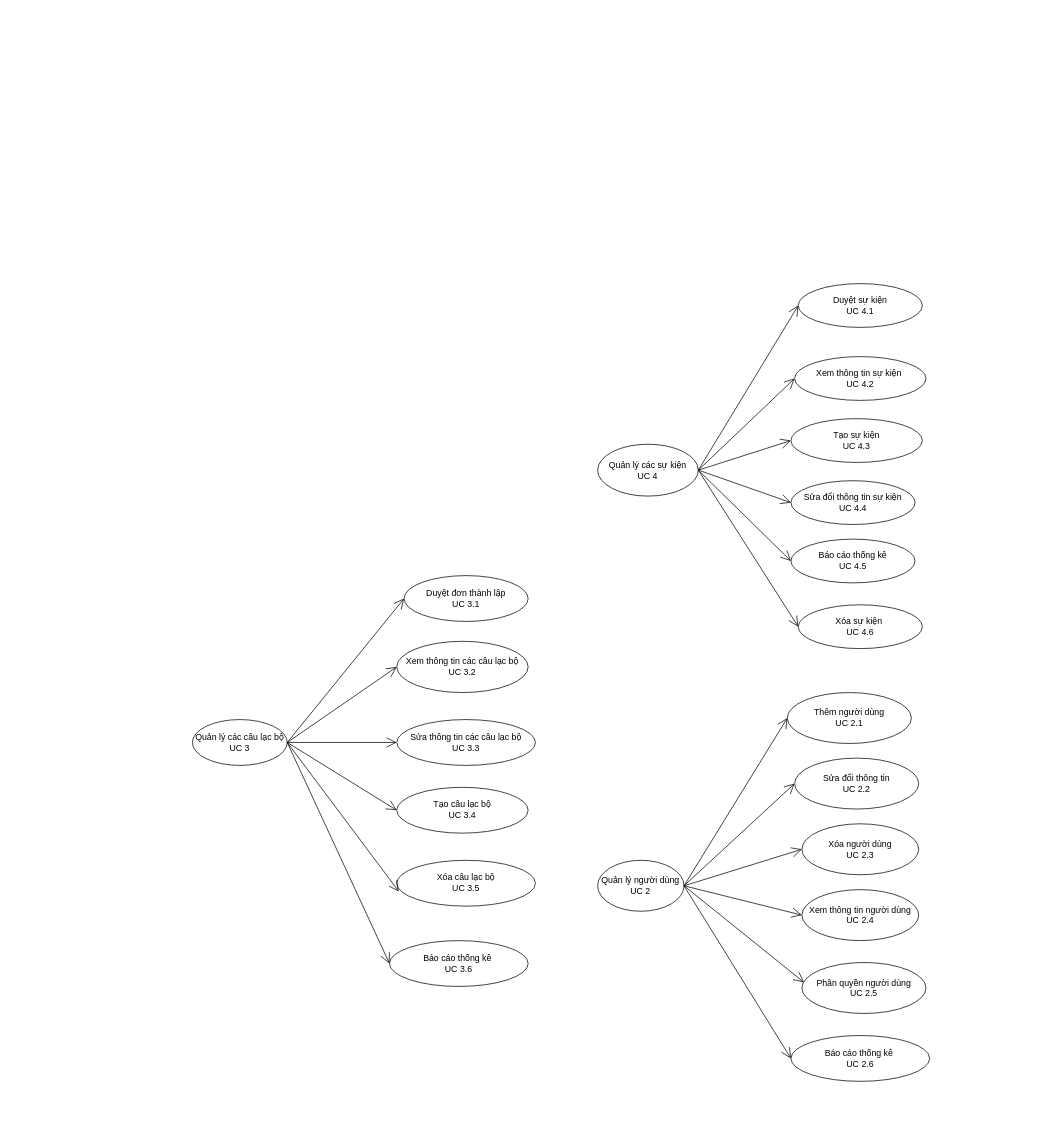
Above: page "event_content" (18 of 19) of Diagram.drawio in DnhTrn/finall_project (draw.io), before the change. Source tidied: cells renumbered, new cells numbered last; positions are measured from the earlier drawing's top-left corner, leaving out a move shared by most shapes. Both pictures are drawn from the tidied source at 73%, with x=0, y=0 at pixel (192, 283).
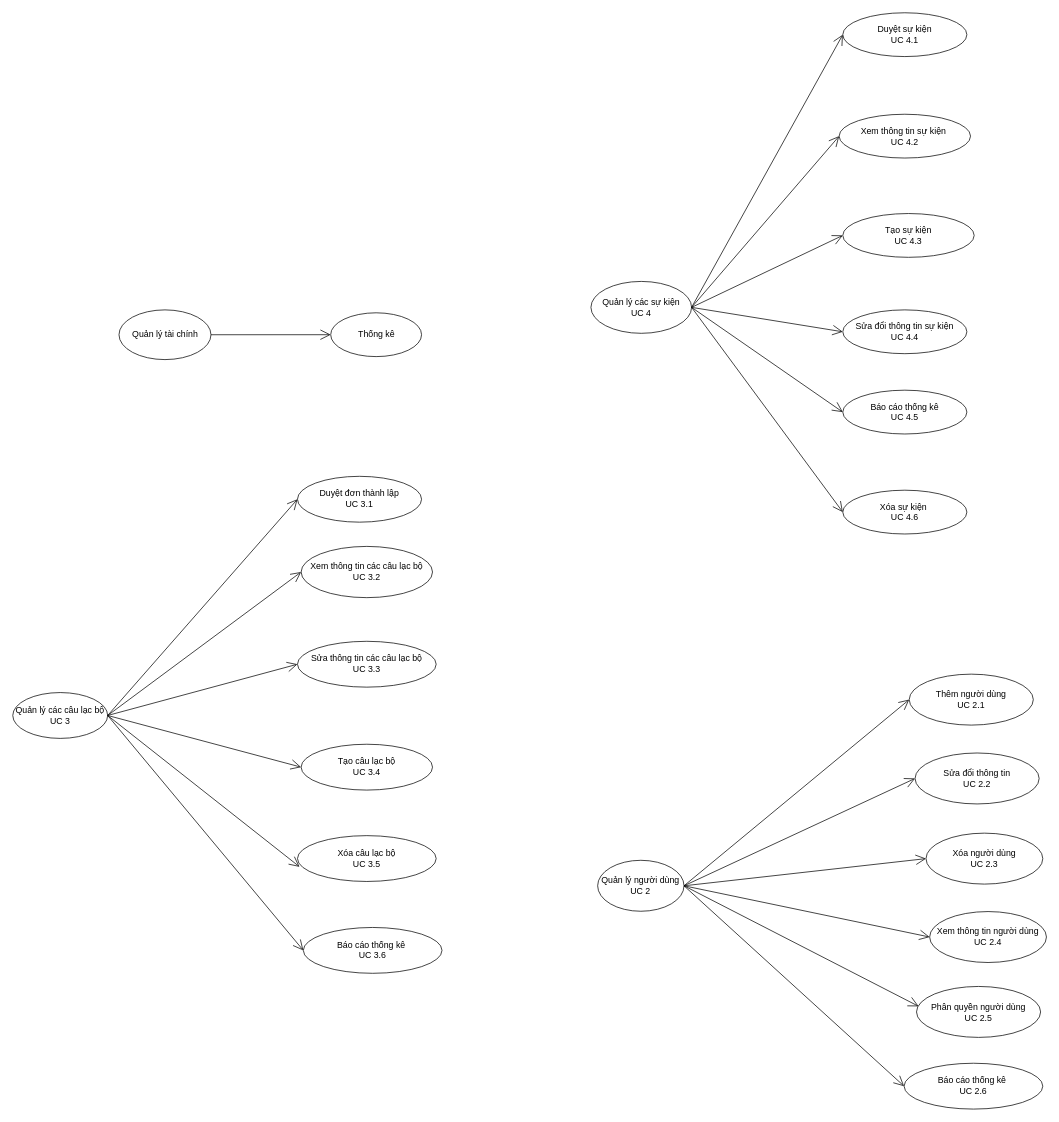
After the change.

What changed in the source:
```diff
@@
     <mxCell id="2" value="Quản lý các&lt;span style=&quot;background-color: initial;&quot;&gt;&amp;nbsp;sự kiện&lt;/span&gt;&lt;div&gt;&lt;span style=&quot;background-color: initial;&quot;&gt;UC 4&lt;/span&gt;&lt;/div&gt;" style="ellipse;whiteSpace=wrap;html=1;" parent="1" vertex="1">
-      <mxGeometry x="555.2" y="220" width="137.9" height="71.1" as="geometry" />
+      <mxGeometry x="546" y="-3" width="137.9" height="71.1" as="geometry" />
     </mxCell>
     <mxCell id="3" value="Duyệt sự kiện&lt;div&gt;UC 4.1&lt;/div&gt;" style="ellipse;whiteSpace=wrap;html=1;" parent="1" vertex="1">
-      <mxGeometry x="830" width="170" height="60" as="geometry" />
+      <mxGeometry x="891" y="-371" width="170" height="60" as="geometry" />
     </mxCell>
     <mxCell id="4" value="Tạo sự kiện&lt;div&gt;UC 4.3&lt;/div&gt;" style="ellipse;whiteSpace=wrap;html=1;" parent="1" vertex="1">
-      <mxGeometry x="820" y="185" width="180" height="60" as="geometry" />
+      <mxGeometry x="891" y="-96" width="180" height="60" as="geometry" />
     </mxCell>
     <mxCell id="5" value="Sửa đổi thông tin sự kiện&lt;div&gt;UC 4.4&lt;/div&gt;" style="ellipse;whiteSpace=wrap;html=1;" parent="1" vertex="1">
-      <mxGeometry x="820" y="270" width="170" height="60" as="geometry" />
+      <mxGeometry x="891" y="36" width="170" height="60" as="geometry" />
     </mxCell>
     <mxCell id="6" value="Báo cáo thống kê&lt;div&gt;UC 4.5&lt;/div&gt;" style="ellipse;whiteSpace=wrap;html=1;" parent="1" vertex="1">
-      <mxGeometry x="820" y="350" width="170" height="60" as="geometry" />
+      <mxGeometry x="891" y="146" width="170" height="60" as="geometry" />
     </mxCell>
@@
     <mxCell id="12" value="Thêm người dùng&lt;div&gt;UC 2.1&lt;/div&gt;" style="ellipse;whiteSpace=wrap;html=1;" parent="1" vertex="1">
-      <mxGeometry x="815" y="560.2" width="170" height="69.8" as="geometry" />
+      <mxGeometry x="982" y="535" width="170" height="69.8" as="geometry" />
     </mxCell>
     <mxCell id="13" value="Sửa đổi thông tin&lt;div&gt;UC 2.2&lt;/div&gt;" style="ellipse;whiteSpace=wrap;html=1;" parent="1" vertex="1">
-      <mxGeometry x="825" y="650" width="170" height="69.8" as="geometry" />
+      <mxGeometry x="990" y="643" width="170" height="69.8" as="geometry" />
     </mxCell>
     <mxCell id="14" value="Xóa người dùng&lt;div&gt;UC 2.3&lt;/div&gt;" style="ellipse;whiteSpace=wrap;html=1;" parent="1" vertex="1">
-      <mxGeometry x="835" y="740" width="160" height="69.8" as="geometry" />
+      <mxGeometry x="1005" y="752.8" width="160" height="69.8" as="geometry" />
     </mxCell>
     <mxCell id="15" value="Xem thông tin người dùng&lt;div&gt;UC 2.4&lt;/div&gt;" style="ellipse;whiteSpace=wrap;html=1;" parent="1" vertex="1">
-      <mxGeometry x="835" y="830.2" width="160" height="69.8" as="geometry" />
+      <mxGeometry x="1010" y="860.2" width="160" height="69.8" as="geometry" />
     </mxCell>
@@
     <mxCell id="20" value="Quản lý các câu lạc bộ&lt;div&gt;UC 3&lt;/div&gt;" style="ellipse;whiteSpace=wrap;html=1;" parent="1" vertex="1">
-      <mxGeometry y="597.2" width="130" height="62.8" as="geometry" />
+      <mxGeometry x="-246" y="560.2" width="130" height="62.8" as="geometry" />
     </mxCell>
     <mxCell id="21" value="Duyệt đơn thành lập&lt;div&gt;UC 3.1&lt;/div&gt;" style="ellipse;whiteSpace=wrap;html=1;" parent="1" vertex="1">
-      <mxGeometry x="290" y="400" width="170" height="62.8" as="geometry" />
+      <mxGeometry x="144" y="264" width="170" height="62.8" as="geometry" />
     </mxCell>
     <mxCell id="22" value="Xem thông tin các câu lạc bộ&lt;div&gt;UC 3.2&lt;/div&gt;" style="ellipse;whiteSpace=wrap;html=1;" parent="1" vertex="1">
-      <mxGeometry x="280" y="490" width="180" height="70.2" as="geometry" />
+      <mxGeometry x="149" y="360" width="180" height="70.2" as="geometry" />
     </mxCell>
     <mxCell id="23" value="Sửa thông tin các câu lạc bộ&lt;div&gt;UC 3.3&lt;/div&gt;" style="ellipse;whiteSpace=wrap;html=1;" parent="1" vertex="1">
-      <mxGeometry x="280" y="597.2" width="190" height="62.8" as="geometry" />
+      <mxGeometry x="144" y="490" width="190" height="62.8" as="geometry" />
     </mxCell>
     <mxCell id="24" value="Xóa câu lạc bộ&lt;div&gt;UC 3.5&lt;/div&gt;" style="ellipse;whiteSpace=wrap;html=1;" parent="1" vertex="1">
-      <mxGeometry x="280" y="790" width="190" height="62.8" as="geometry" />
+      <mxGeometry x="144" y="756.2" width="190" height="62.8" as="geometry" />
     </mxCell>
     <mxCell id="25" value="Phân quyền người dùng&lt;div&gt;UC 2.5&lt;/div&gt;" style="ellipse;whiteSpace=wrap;html=1;" parent="1" vertex="1">
-      <mxGeometry x="835" y="930" width="170" height="69.8" as="geometry" />
+      <mxGeometry x="992" y="962.8" width="170" height="69.8" as="geometry" />
     </mxCell>
@@
     <mxCell id="31" value="Tạo câu lạc bộ&lt;div&gt;UC 3.4&lt;/div&gt;" style="ellipse;whiteSpace=wrap;html=1;" parent="1" vertex="1">
-      <mxGeometry x="280" y="690" width="180" height="62.8" as="geometry" />
+      <mxGeometry x="149" y="631" width="180" height="62.8" as="geometry" />
     </mxCell>
@@
     <mxCell id="33" value="Xóa sự kiện&amp;nbsp;&lt;div&gt;UC 4.6&lt;/div&gt;" style="ellipse;whiteSpace=wrap;html=1;" parent="1" vertex="1">
-      <mxGeometry x="830" y="440" width="170" height="60" as="geometry" />
+      <mxGeometry x="891" y="283" width="170" height="60" as="geometry" />
     </mxCell>
@@
     <mxCell id="35" value="&lt;div&gt;Xem thông tin sự kiện&amp;nbsp;&lt;/div&gt;&lt;div&gt;UC 4.2&lt;/div&gt;" style="ellipse;whiteSpace=wrap;html=1;" parent="1" vertex="1">
-      <mxGeometry x="825" y="100" width="180" height="60" as="geometry" />
+      <mxGeometry x="886" y="-232" width="180" height="60" as="geometry" />
     </mxCell>
@@
     <mxCell id="37" value="&lt;div&gt;Báo cáo thống kê&amp;nbsp;&lt;/div&gt;&lt;div&gt;UC 3.6&lt;/div&gt;" style="ellipse;whiteSpace=wrap;html=1;" parent="1" vertex="1">
-      <mxGeometry x="270" y="900" width="190" height="62.8" as="geometry" />
+      <mxGeometry x="152" y="882" width="190" height="62.8" as="geometry" />
     </mxCell>
@@
     <mxCell id="39" value="&lt;div&gt;Báo cáo thống kê&amp;nbsp;&lt;/div&gt;&lt;div&gt;UC 2.6&lt;/div&gt;" style="ellipse;whiteSpace=wrap;html=1;" parent="1" vertex="1">
-      <mxGeometry x="820" y="1030" width="190" height="62.8" as="geometry" />
+      <mxGeometry x="975" y="1068" width="190" height="62.8" as="geometry" />
     </mxCell>
@@
+    <mxCell id="41" value="Quản lý tài chính" style="ellipse;whiteSpace=wrap;html=1;" parent="1" vertex="1">
+      <mxGeometry x="-100.5" y="36" width="126" height="68.1" as="geometry" />
+    </mxCell>
+    <mxCell id="42" value="Thống kê" style="ellipse;whiteSpace=wrap;html=1;" parent="1" vertex="1">
+      <mxGeometry x="189.5" y="40" width="124.5" height="60" as="geometry" />
+    </mxCell>
+    <mxCell id="43" style="endArrow=open;endFill=1;endSize=12;html=1;rounded=0;exitX=1;exitY=0.5;exitDx=0;exitDy=0;" parent="1" edge="1" source="41" target="42">
+      <mxGeometry relative="1" as="geometry" />
+    </mxCell>
```
